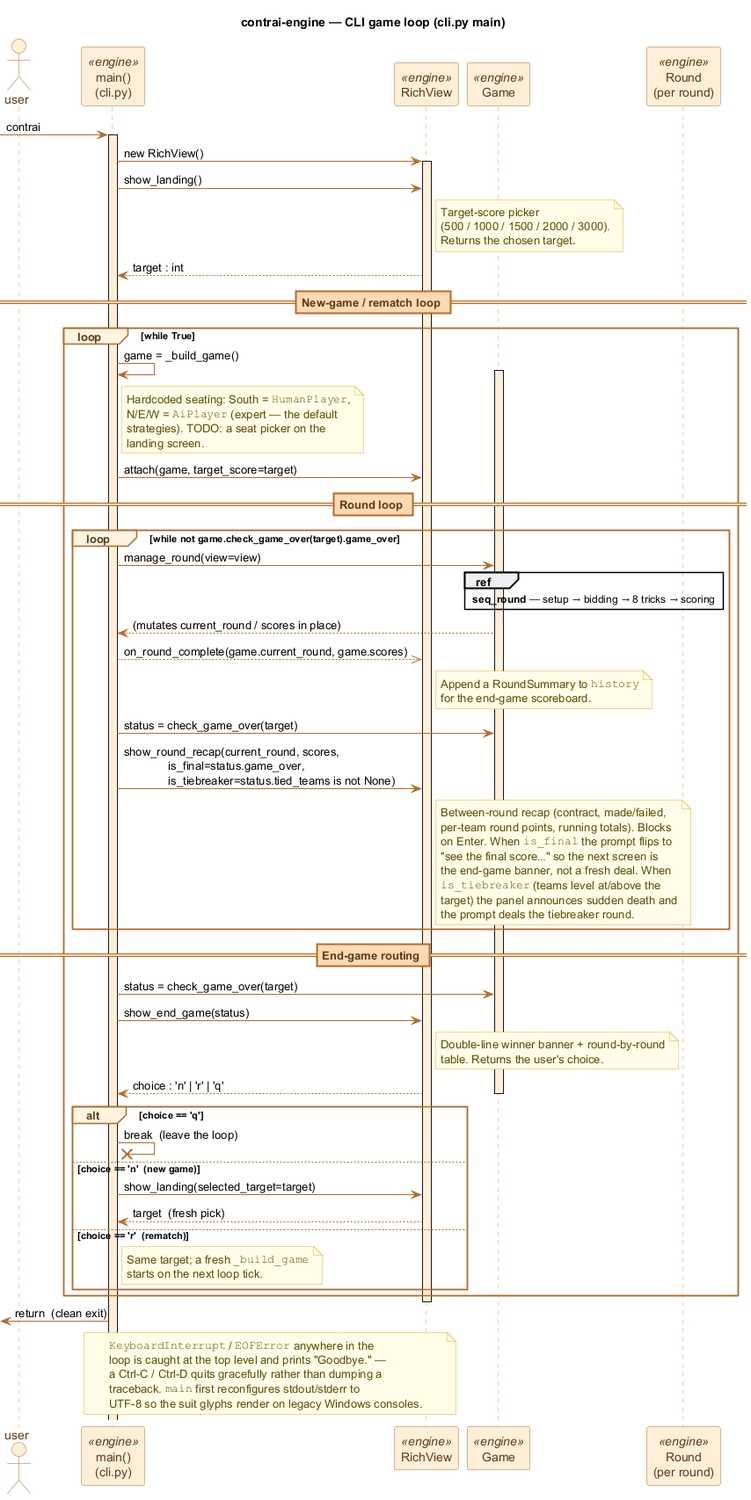
This is docs/diagrams/seq_cli.png from valmathieu/ContrAI, a PlantUML export, as it was before one commit.
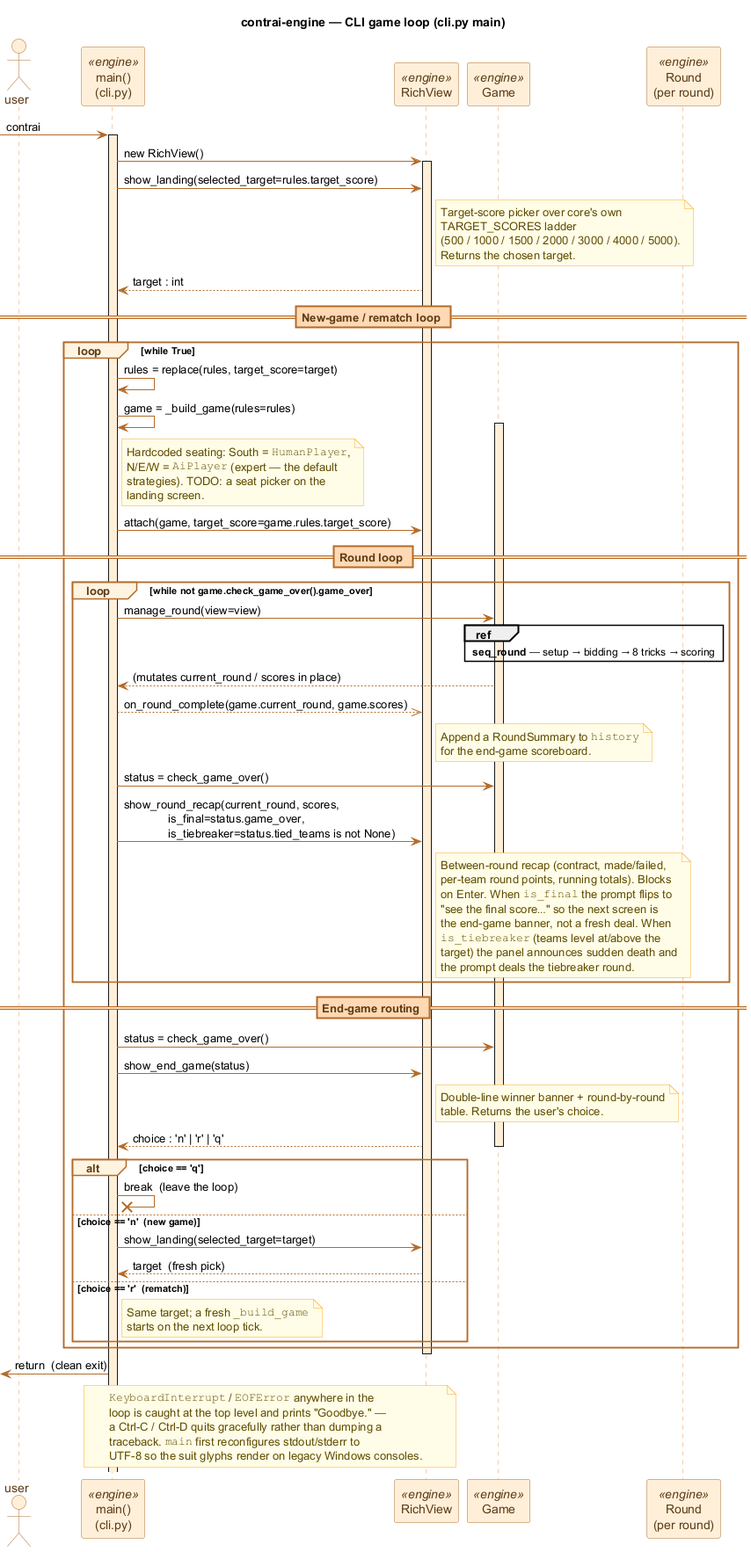
After the commit.

The edit, as a diff of the source:
```diff
@@ -38,10 +38,11 @@
 
 M -> V : new RichView()
 activate V
-M -> V : show_landing()
+M -> V : show_landing(selected_target=rules.target_score)
 note right of V
-  Target-score picker
-  (500 / 1000 / 1500 / 2000 / 3000).
+  Target-score picker over core's own
+  TARGET~_SCORES ladder
+  (500 / 1000 / 1500 / 2000 / 3000 / 4000 / 5000).
   Returns the chosen target.
 end note
 V --> M : target : int
@@ -49,7 +50,8 @@
 == New-game / rematch loop ==
 
 loop while True
-    M -> M : game = _build_game()
+    M -> M : rules = replace(rules, target~_score=target)
+    M -> M : game = _build_game(rules=rules)
     activate G
     note right of M
       Hardcoded seating: South = ""HumanPlayer"",
@@ -57,11 +59,11 @@
       strategies). TODO: a seat picker on the
       landing screen.
     end note
-    M -> V : attach(game, target_score=target)
+    M -> V : attach(game, target_score=game.rules.target~_score)
 
     == Round loop ==
 
-    loop while not game.check_game_over(target).game_over
+    loop while not game.check_game_over().game_over
         M -> G : manage_round(view=view)
         ref over G, R : **seq_round** — setup → bidding → 8 tricks → scoring
         G --> M : (mutates current_round / scores in place)
@@ -72,7 +74,7 @@
           for the end-game scoreboard.
         end note
 
-        M -> G : status = check_game_over(target)
+        M -> G : status = check_game_over()
         M -> V : show_round_recap(current_round, scores,\n              is_final=status.game_over,\n              is_tiebreaker=status.tied_teams is not None)
         note right of V
           Between-round recap (contract, made/failed,
@@ -88,7 +90,7 @@
 
     == End-game routing ==
 
-    M -> G : status = check_game_over(target)
+    M -> G : status = check_game_over()
     M -> V : show_end_game(status)
     note right of V
       Double-line winner banner + round-by-round
```
